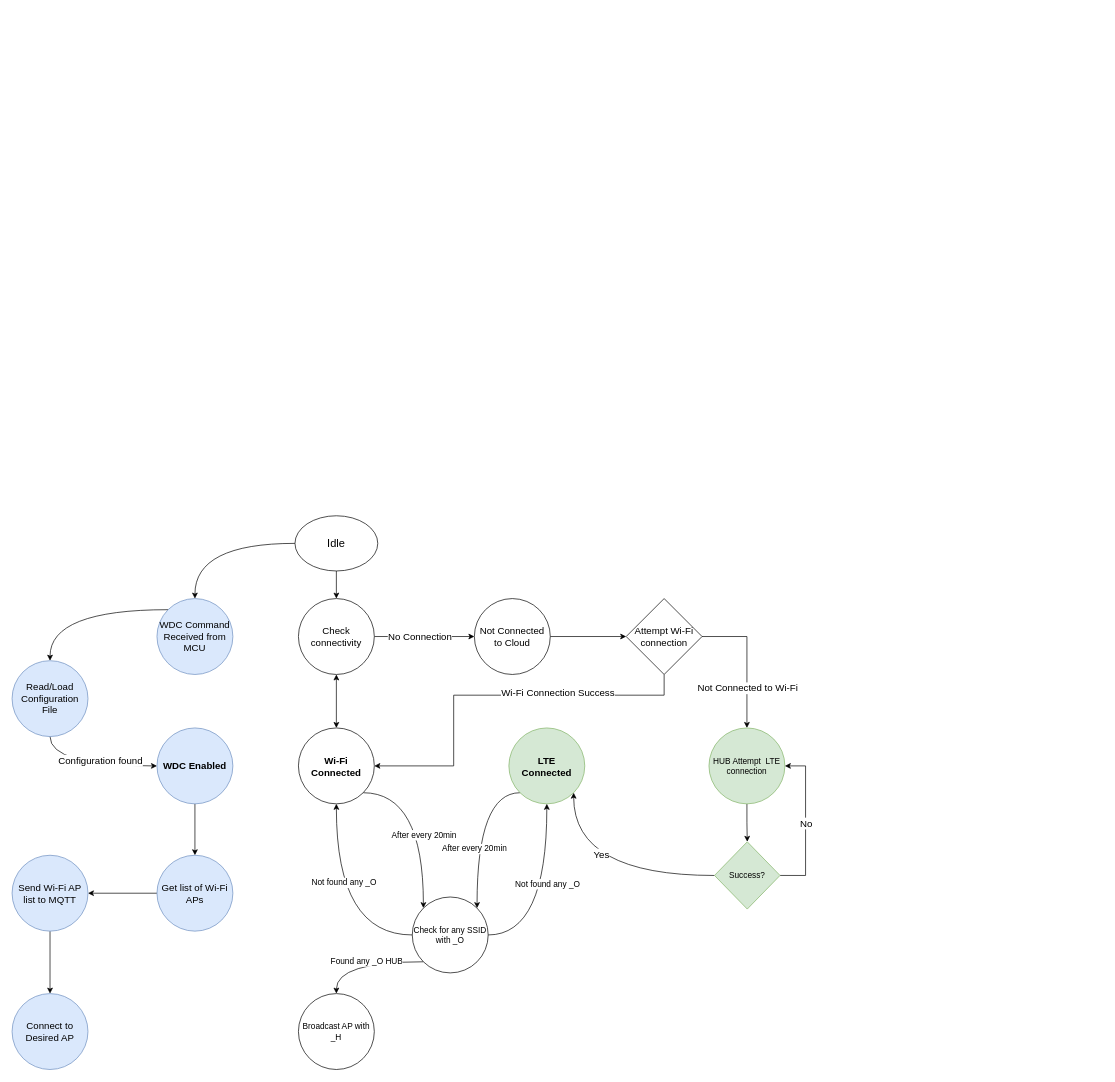
This is connectivity states.drawio from sohaibqamar/drawings, a draw.io file, before an edit. Source tidied: cells renumbered, new cells numbered last; positions are measured from the earlier drawing's top-left corner, leaving out a move shared by most shapes. Both pictures are drawn from the tidied source at 69%, with x=0, y=0 at pixel (12, 515).
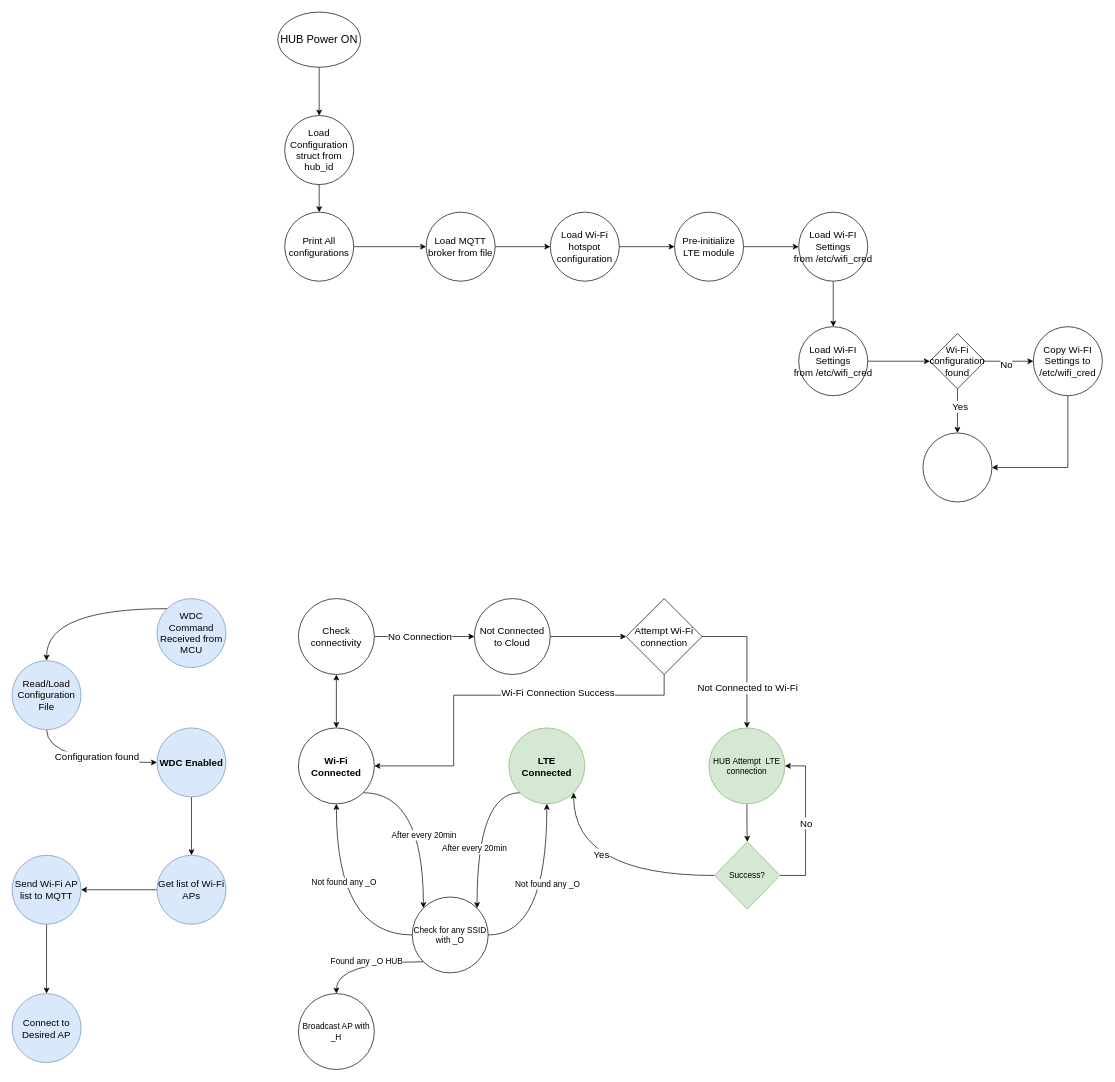
Above is the later version.

The change refers to these unchanged cells:
```xml
<mxCell id="8" value="Check connectivity" style="ellipse;whiteSpace=wrap;html=1;fontSize=14;" parent="1" vertex="1">
  <mxGeometry x="415" y="120" width="110" height="110" as="geometry" />
</mxCell>
```

Change to the diagram source:
```diff
@@
-    <mxCell id="2" style="edgeStyle=orthogonalEdgeStyle;rounded=0;jettySize=auto;html=1;entryX=0.5;entryY=0;entryDx=0;entryDy=0;" parent="1" edge="1" source="4" target="8">
-      <mxGeometry relative="1" as="geometry" />
-    </mxCell>
-    <mxCell id="3" style="edgeStyle=orthogonalEdgeStyle;jettySize=auto;html=1;entryX=0.5;entryY=0;entryDx=0;entryDy=0;curved=1;" parent="1" edge="1" source="4" target="33">
-      <mxGeometry relative="1" as="geometry" />
-    </mxCell>
+    <mxCell id="49" style="edgeStyle=orthogonalEdgeStyle;rounded=0;jettySize=auto;html=1;entryX=0.5;entryY=0;entryDx=0;entryDy=0;" parent="1" edge="1" source="4" target="51">
+      <mxGeometry relative="1" as="geometry" />
+    </mxCell>
-    <mxCell id="4" value="Idle" style="ellipse;whiteSpace=wrap;html=1;fontSize=16;" parent="1" vertex="1">
-      <mxGeometry x="410" width="120" height="80" as="geometry" />
+    <mxCell id="4" value="HUB Power ON" style="ellipse;whiteSpace=wrap;html=1;fontSize=16;" parent="1" vertex="1">
+      <mxGeometry x="385.1" y="-730" width="120" height="80" as="geometry" />
     </mxCell>
@@
     <mxCell id="19" value="WDC Enabled" style="ellipse;whiteSpace=wrap;html=1;fontSize=14;fillColor=#dae8fc;strokeColor=#6c8ebf;fontStyle=1;" parent="1" vertex="1">
-      <mxGeometry x="210" y="307.5" width="110" height="110" as="geometry" />
+      <mxGeometry x="210" y="307.5" width="100" height="100" as="geometry" />
     </mxCell>
@@
     <mxCell id="33" value="WDC Command Received from MCU" style="ellipse;whiteSpace=wrap;html=1;fontSize=14;fillColor=#dae8fc;strokeColor=#6c8ebf;" parent="1" vertex="1">
-      <mxGeometry x="210" y="120" width="110" height="110" as="geometry" />
+      <mxGeometry x="210" y="120" width="100" height="100" as="geometry" />
     </mxCell>
@@
     <mxCell id="35" value="Get list of Wi-Fi APs" style="ellipse;whiteSpace=wrap;html=1;fontSize=14;fillColor=#dae8fc;strokeColor=#6c8ebf;" parent="1" vertex="1">
-      <mxGeometry x="210" y="492" width="110" height="110" as="geometry" />
+      <mxGeometry x="210" y="492" width="100" height="100" as="geometry" />
     </mxCell>
@@
     <mxCell id="38" value="Read/Load Configuration File" style="ellipse;whiteSpace=wrap;html=1;fontSize=14;fillColor=#dae8fc;strokeColor=#6c8ebf;" parent="1" vertex="1">
-      <mxGeometry y="210" width="110" height="110" as="geometry" />
+      <mxGeometry y="210" width="100" height="100" as="geometry" />
     </mxCell>
@@
     <mxCell id="46" value="Connect to Desired AP" style="ellipse;whiteSpace=wrap;html=1;fontSize=14;fillColor=#dae8fc;strokeColor=#6c8ebf;" parent="1" vertex="1">
-      <mxGeometry y="692.5" width="110" height="110" as="geometry" />
+      <mxGeometry y="692.5" width="100" height="100" as="geometry" />
     </mxCell>
@@
     <mxCell id="48" value="Send Wi-Fi AP list to MQTT" style="ellipse;whiteSpace=wrap;html=1;fontSize=14;fillColor=#dae8fc;strokeColor=#6c8ebf;" parent="1" vertex="1">
-      <mxGeometry y="492" width="110" height="110" as="geometry" />
+      <mxGeometry y="492" width="100" height="100" as="geometry" />
     </mxCell>
+    <mxCell id="50" style="edgeStyle=orthogonalEdgeStyle;rounded=0;jettySize=auto;html=1;entryX=0.5;entryY=0;entryDx=0;entryDy=0;" parent="1" edge="1" source="51" target="53">
+      <mxGeometry relative="1" as="geometry" />
+    </mxCell>
+    <mxCell id="51" value="Load Configuration struct from&lt;br&gt;hub_id" style="ellipse;whiteSpace=wrap;html=1;fontSize=14;" parent="1" vertex="1">
+      <mxGeometry x="395.1" y="-580" width="100" height="100" as="geometry" />
+    </mxCell>
+    <mxCell id="52" style="edgeStyle=orthogonalEdgeStyle;rounded=0;jettySize=auto;html=1;" parent="1" edge="1" source="53" target="55">
+      <mxGeometry relative="1" as="geometry" />
+    </mxCell>
+    <mxCell id="53" value="Print All configurations" style="ellipse;whiteSpace=wrap;html=1;fontSize=14;" parent="1" vertex="1">
+      <mxGeometry x="395.1" y="-440" width="100" height="100" as="geometry" />
+    </mxCell>
+    <mxCell id="54" style="edgeStyle=orthogonalEdgeStyle;rounded=0;jettySize=auto;html=1;" parent="1" edge="1" source="55" target="57">
+      <mxGeometry relative="1" as="geometry" />
+    </mxCell>
+    <mxCell id="55" value="Load MQTT broker from file" style="ellipse;whiteSpace=wrap;html=1;fontSize=14;" parent="1" vertex="1">
+      <mxGeometry x="600.1" y="-440" width="100" height="100" as="geometry" />
+    </mxCell>
+    <mxCell id="56" style="edgeStyle=orthogonalEdgeStyle;rounded=0;jettySize=auto;html=1;" parent="1" edge="1" source="57" target="59">
+      <mxGeometry relative="1" as="geometry" />
+    </mxCell>
+    <mxCell id="57" value="Load Wi-Fi hotspot configuration" style="ellipse;whiteSpace=wrap;html=1;fontSize=14;" parent="1" vertex="1">
+      <mxGeometry x="780.1" y="-440" width="100" height="100" as="geometry" />
+    </mxCell>
+    <mxCell id="58" style="edgeStyle=orthogonalEdgeStyle;rounded=0;jettySize=auto;html=1;" parent="1" edge="1" source="59" target="61">
+      <mxGeometry relative="1" as="geometry" />
+    </mxCell>
+    <mxCell id="59" value="Pre-initialize LTE module" style="ellipse;whiteSpace=wrap;html=1;fontSize=14;" parent="1" vertex="1">
+      <mxGeometry x="960.1" y="-440" width="100" height="100" as="geometry" />
+    </mxCell>
+    <mxCell id="60" style="edgeStyle=orthogonalEdgeStyle;rounded=0;jettySize=auto;html=1;" parent="1" edge="1" source="61" target="63">
+      <mxGeometry relative="1" as="geometry" />
+    </mxCell>
+    <mxCell id="61" value="Load Wi-FI Settings from&amp;nbsp;/etc/wifi_cred" style="ellipse;whiteSpace=wrap;html=1;fontSize=14;" parent="1" vertex="1">
+      <mxGeometry x="1140.1" y="-440" width="100" height="100" as="geometry" />
+    </mxCell>
+    <mxCell id="62" style="edgeStyle=orthogonalEdgeStyle;rounded=0;jettySize=auto;html=1;" parent="1" edge="1" source="63" target="68">
+      <mxGeometry relative="1" as="geometry" />
+    </mxCell>
+    <mxCell id="63" value="Load Wi-FI Settings from&amp;nbsp;/etc/wifi_cred" style="ellipse;whiteSpace=wrap;html=1;fontSize=14;" parent="1" vertex="1">
+      <mxGeometry x="1140.1" y="-274" width="100" height="100" as="geometry" />
+    </mxCell>
+    <mxCell id="64" style="edgeStyle=orthogonalEdgeStyle;rounded=0;jettySize=auto;html=1;entryX=0;entryY=0.5;entryDx=0;entryDy=0;" parent="1" edge="1" source="68" target="70">
+      <mxGeometry relative="1" as="geometry" />
+    </mxCell>
+    <mxCell id="65" value="No" style="edgeLabel;html=1;align=center;verticalAlign=middle;fontSize=14;" parent="64" vertex="1">
+      <mxGeometry x="-0.14" y="-4" relative="1" as="geometry" />
+    </mxCell>
+    <mxCell id="66" style="edgeStyle=orthogonalEdgeStyle;rounded=0;jettySize=auto;html=1;exitX=0.5;exitY=1;exitDx=0;exitDy=0;entryX=0.5;entryY=0;entryDx=0;entryDy=0;" parent="1" edge="1" source="68" target="71">
+      <mxGeometry relative="1" as="geometry" />
+    </mxCell>
+    <mxCell id="67" value="Yes" style="edgeLabel;html=1;align=center;verticalAlign=middle;fontSize=14;" parent="66" vertex="1">
+      <mxGeometry x="-0.19" y="3" relative="1" as="geometry">
+        <mxPoint y="-1" as="offset" />
+      </mxGeometry>
+    </mxCell>
+    <mxCell id="68" value="Wi-Fi configuration found" style="rhombus;whiteSpace=wrap;html=1;fontSize=14;" parent="1" vertex="1">
+      <mxGeometry x="1330.1" y="-264" width="80" height="80" as="geometry" />
+    </mxCell>
+    <mxCell id="69" style="edgeStyle=orthogonalEdgeStyle;rounded=0;jettySize=auto;html=1;entryX=1;entryY=0.5;entryDx=0;entryDy=0;" parent="1" edge="1" source="70" target="71">
+      <mxGeometry relative="1" as="geometry">
+        <Array as="points">
+          <mxPoint x="1530.1" y="-70" />
+        </Array>
+      </mxGeometry>
+    </mxCell>
+    <mxCell id="70" value="Copy Wi-FI Settings to /etc/wifi_cred" style="ellipse;whiteSpace=wrap;html=1;fontSize=14;" parent="1" vertex="1">
+      <mxGeometry x="1480.1" y="-274" width="100" height="100" as="geometry" />
+    </mxCell>
+    <mxCell id="71" style="ellipse;whiteSpace=wrap;html=1;fontSize=14;" parent="1" vertex="1">
+      <mxGeometry x="1320.1" y="-120" width="100" height="100" as="geometry" />
+    </mxCell>
```
